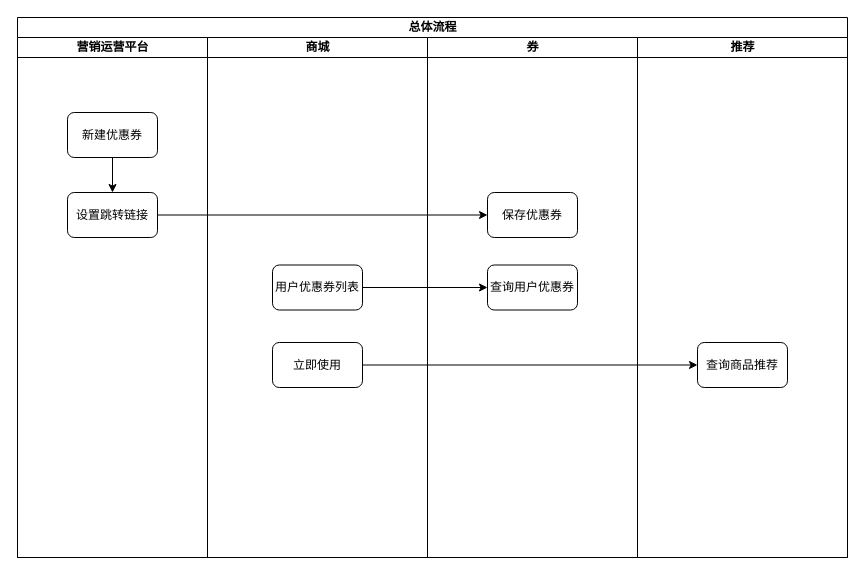
gjie1991/draw keeps this draw.io diagram as 迭代/商城优惠券列表支持跳转/总体流程.drawio. Above is the earlier version. Source tidied: cells renumbered, new cells numbered last; positions are measured from the earlier drawing's top-left corner, leaving out a move shared by most shapes. Both pictures are drawn from the tidied source at 100%, with x=0, y=0 at pixel (17, 17).
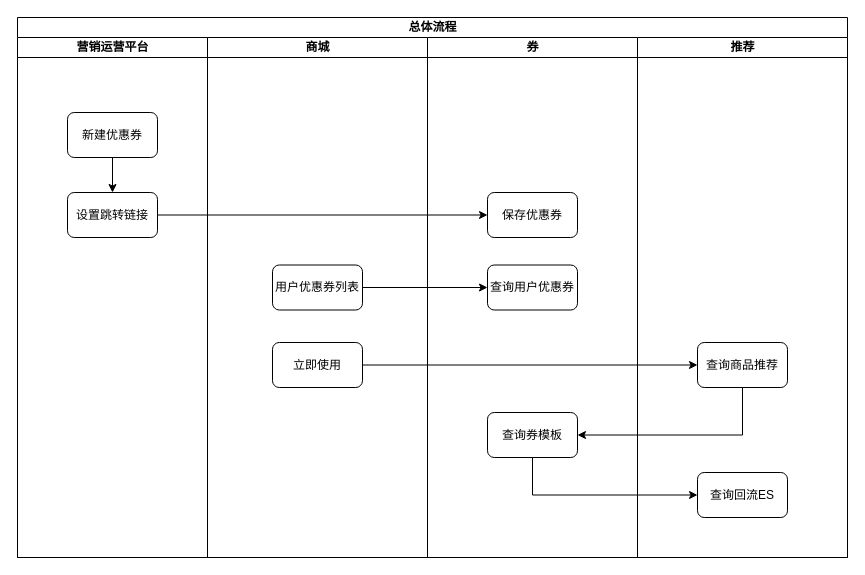
The same page after the edit.

Commit message:
更新总体流程.drawio

Unchanged cells that the change refers to:
```xml
<mxCell id="2" value="总体流程" style="swimlane;startSize=20;html=1;" parent="1" vertex="1">
  <mxGeometry width="830" height="540" as="geometry" />
</mxCell>
<mxCell id="10" value="券" style="swimlane;startSize=20;html=1;" parent="2" vertex="1">
  <mxGeometry x="410" y="20" width="210" height="520" as="geometry" />
</mxCell>
<mxCell id="13" value="推荐" style="swimlane;startSize=20;html=1;" parent="2" vertex="1">
  <mxGeometry x="620" y="20" width="210" height="520" as="geometry" />
</mxCell>
<mxCell id="14" value="查询商品推荐" style="rounded=1;whiteSpace=wrap;html=1;" parent="13" vertex="1">
  <mxGeometry x="60" y="305" width="90" height="45" as="geometry" />
</mxCell>
```

What changed in the source:
```diff
@@
+    <mxCell id="18" value="查询券模板" style="rounded=1;whiteSpace=wrap;html=1;" parent="10" vertex="1">
+      <mxGeometry x="60" y="375" width="90" height="45" as="geometry" />
+    </mxCell>
@@
+    <mxCell id="19" value="查询回流ES" style="rounded=1;whiteSpace=wrap;html=1;" parent="13" vertex="1">
+      <mxGeometry x="60" y="435" width="90" height="45" as="geometry" />
+    </mxCell>
@@
+    <mxCell id="20" style="edgeStyle=orthogonalEdgeStyle;rounded=0;jettySize=auto;html=1;exitX=0.5;exitY=1;exitDx=0;exitDy=0;entryX=1;entryY=0.5;entryDx=0;entryDy=0;" parent="2" edge="1" source="14" target="18">
+      <mxGeometry relative="1" as="geometry" />
+    </mxCell>
+    <mxCell id="21" style="edgeStyle=orthogonalEdgeStyle;rounded=0;jettySize=auto;html=1;exitX=0.5;exitY=1;exitDx=0;exitDy=0;entryX=0;entryY=0.5;entryDx=0;entryDy=0;" parent="2" edge="1" source="18" target="19">
+      <mxGeometry relative="1" as="geometry" />
+    </mxCell>
```
